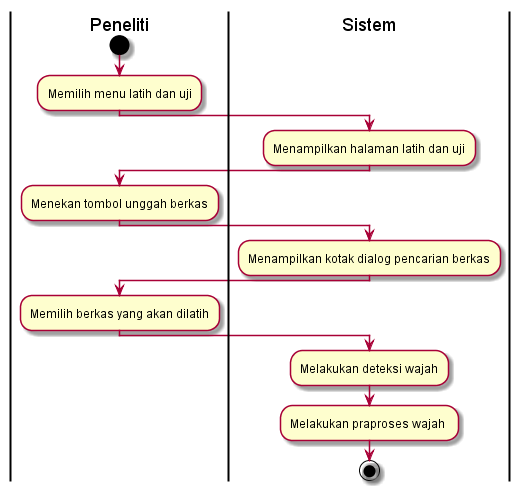
Before: diagram/AD_Praproses_wajah.png, a diagram exported from PlantUML (ayulestari10/gmisvm).
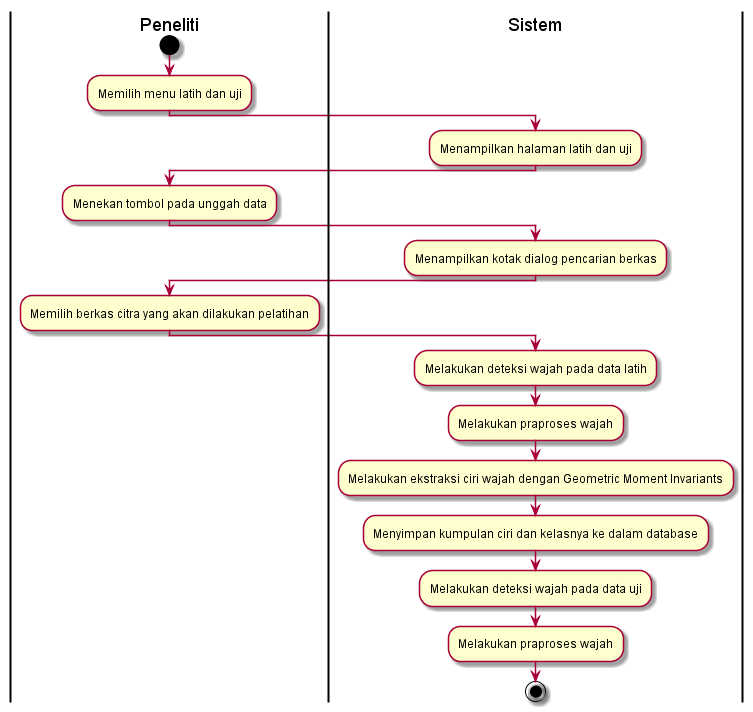
After the commit.

What changed in the source:
```diff
@@ -1,18 +1,28 @@
 @startuml
 | Peneliti |
 start
+
 :Memilih menu latih dan uji;
 | Sistem |
 :Menampilkan halaman latih dan uji;
 | Peneliti |
-:Menekan tombol unggah berkas;
+:Menekan tombol pada unggah data;
 | Sistem |
 :Menampilkan kotak dialog pencarian berkas;
 | Peneliti |
-:Memilih berkas yang akan dilatih;
+:Memilih berkas citra yang akan dilakukan pelatihan;
 | Sistem |
-:Melakukan deteksi wajah;
+:Melakukan deteksi wajah pada data latih;
 | Sistem |
-:Melakukan praproses wajah ;
+:Melakukan praproses wajah;
+| Sistem |
+:Melakukan ekstraksi ciri wajah dengan Geometric Moment Invariants;
+| Sistem |
+:Menyimpan kumpulan ciri dan kelasnya ke dalam database;
+| Sistem |
+:Melakukan deteksi wajah pada data uji;
+| Sistem |
+:Melakukan praproses wajah;
+
 stop
 @enduml
```
